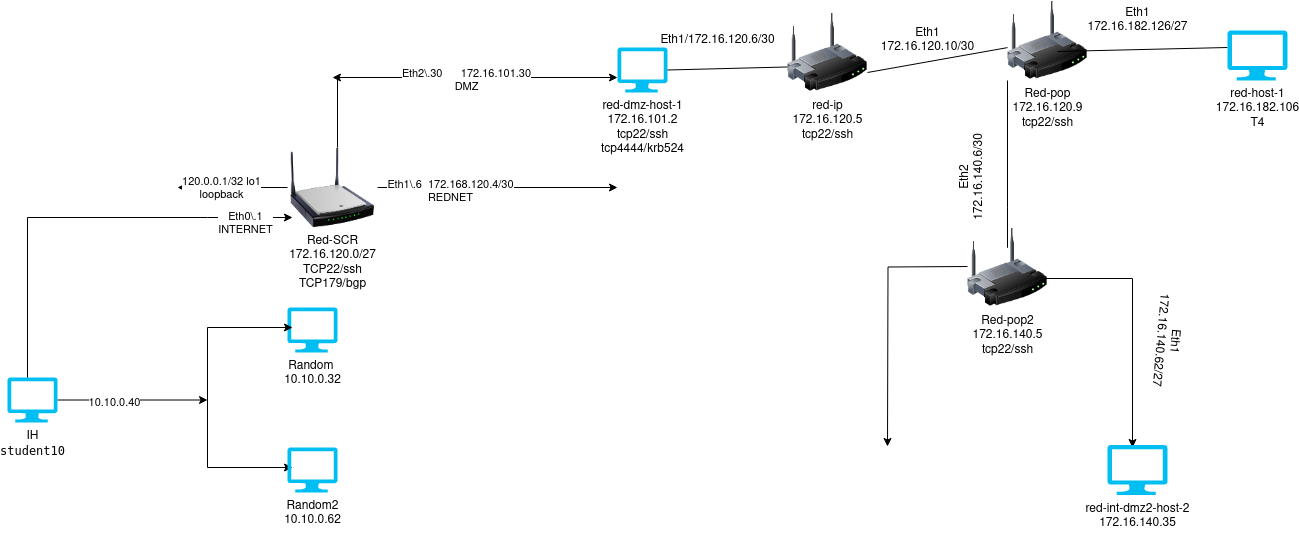
mesnath/Networking keeps this draw.io diagram as networkingctfs.drawio.png. Above is the earlier version. Source tidied: cells renumbered, new cells last; positions are measured from the earlier drawing's top-left corner, leaving out a move shared by most shapes.
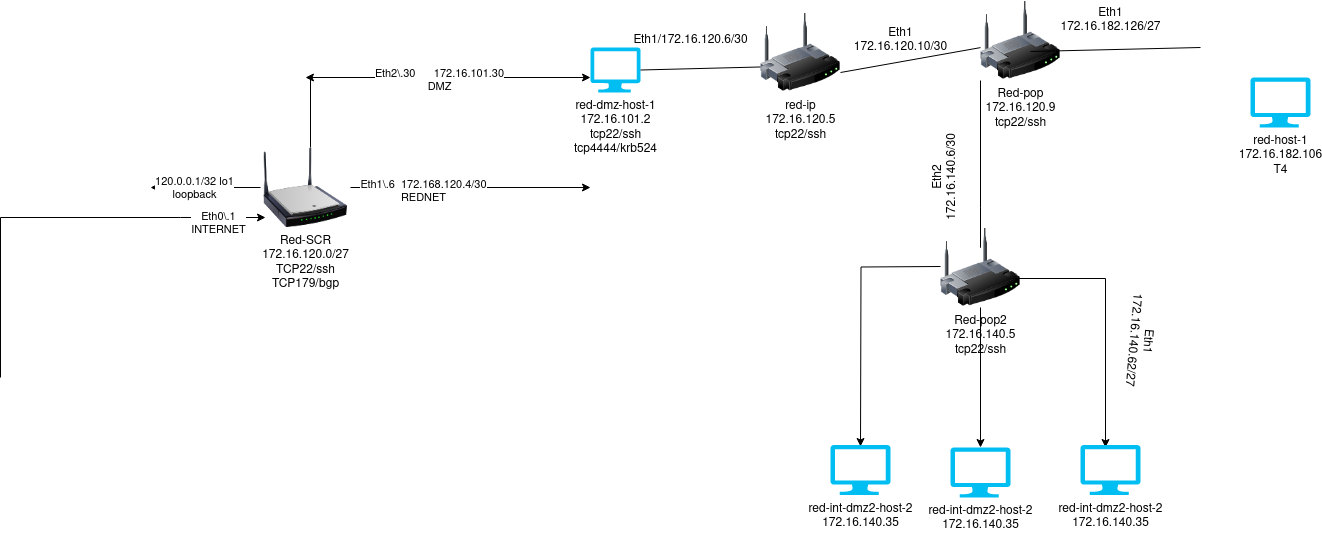
After the commit.

What changed in the source:
```diff
@@ -2,43 +2,6 @@
   <root>
     <mxCell id="0" />
     <mxCell id="1" parent="0" />
-    <mxCell id="2" style="edgeStyle=orthogonalEdgeStyle;rounded=0;jettySize=auto;html=1;" parent="1" edge="1" source="4">
-      <mxGeometry relative="1" as="geometry">
-        <mxPoint x="200" y="399.5" as="targetPoint" />
-      </mxGeometry>
-    </mxCell>
-    <mxCell id="3" value="10.10.0.40" style="edgeLabel;html=1;align=center;verticalAlign=middle;" parent="2" vertex="1">
-      <mxGeometry x="-0.25" y="-1" relative="1" as="geometry">
-        <mxPoint y="1" as="offset" />
-      </mxGeometry>
-    </mxCell>
-    <mxCell id="4" value="&lt;div&gt;IH&lt;/div&gt;&lt;div&gt;&lt;code&gt;student10 &lt;code&gt;&lt;br&gt;&lt;/code&gt;&lt;/code&gt;&lt;/div&gt;" style="verticalLabelPosition=bottom;html=1;verticalAlign=top;align=center;strokeColor=none;fillColor=#00BEF2;shape=mxgraph.azure.computer;" parent="1" vertex="1">
-      <mxGeometry y="377" width="50" height="45" as="geometry" />
-    </mxCell>
-    <mxCell id="5" value="&lt;div&gt;Random&amp;nbsp;&lt;/div&gt;&lt;div&gt;10.10.0.32&lt;/div&gt;" style="verticalLabelPosition=bottom;html=1;verticalAlign=top;align=center;strokeColor=none;fillColor=#00BEF2;shape=mxgraph.azure.computer;" parent="1" vertex="1">
-      <mxGeometry x="280" y="307" width="50" height="45" as="geometry" />
-    </mxCell>
-    <mxCell id="6" style="endArrow=none;html=1;rounded=0;" parent="1" edge="1">
-      <mxGeometry relative="1" as="geometry">
-        <mxPoint x="200" y="467" as="sourcePoint" />
-        <mxPoint x="200" y="327" as="targetPoint" />
-      </mxGeometry>
-    </mxCell>
-    <mxCell id="7" style="endArrow=classic;html=1;rounded=0;" parent="1" edge="1">
-      <mxGeometry relative="1" as="geometry">
-        <mxPoint x="200" y="467" as="sourcePoint" />
-        <mxPoint x="285" y="467" as="targetPoint" />
-      </mxGeometry>
-    </mxCell>
-    <mxCell id="8" style="endArrow=classic;html=1;rounded=0;" parent="1" edge="1">
-      <mxGeometry relative="1" as="geometry">
-        <mxPoint x="200" y="327" as="sourcePoint" />
-        <mxPoint x="285" y="327" as="targetPoint" />
-      </mxGeometry>
-    </mxCell>
-    <mxCell id="9" value="&lt;div&gt;Random2 &lt;br&gt;&lt;/div&gt;&lt;div&gt;10.10.0.62&lt;/div&gt;" style="verticalLabelPosition=bottom;html=1;verticalAlign=top;align=center;strokeColor=none;fillColor=#00BEF2;shape=mxgraph.azure.computer;" parent="1" vertex="1">
-      <mxGeometry x="280" y="447" width="50" height="45" as="geometry" />
-    </mxCell>
     <mxCell id="10" style="endArrow=classic;html=1;rounded=0;" parent="1" edge="1">
       <mxGeometry relative="1" as="geometry">
         <mxPoint x="200" y="217" as="sourcePoint" />
@@ -126,7 +89,7 @@
       </mxGeometry>
     </mxCell>
     <mxCell id="30" value="red-host-1&lt;br&gt;&lt;div&gt;172.16.182.106&lt;/div&gt;&lt;div&gt;T4&lt;br&gt;&lt;/div&gt;" style="verticalLabelPosition=bottom;html=1;verticalAlign=top;align=center;strokeColor=none;fillColor=#00BEF2;shape=mxgraph.azure.computer;" parent="1" vertex="1">
-      <mxGeometry x="1220" y="30" width="60" height="50" as="geometry" />
+      <mxGeometry x="1270" y="77" width="60" height="50" as="geometry" />
     </mxCell>
     <mxCell id="31" value="Eth1&lt;br&gt;172.16.182.126/27" style="text;html=1;align=center;verticalAlign=middle;strokeColor=none;fillColor=none;" parent="1" vertex="1">
       <mxGeometry x="1070" width="120" height="40" as="geometry" />
@@ -168,5 +131,14 @@
         <mxPoint x="880" y="446" as="targetPoint" />
       </mxGeometry>
     </mxCell>
+    <mxCell id="39" style="edgeStyle=orthogonalEdgeStyle;rounded=0;jettySize=auto;html=1;" parent="1" edge="1" source="35" target="41">
+      <mxGeometry relative="1" as="geometry" />
+    </mxCell>
+    <mxCell id="40" value="&lt;div&gt;red-int-dmz2-host-2&lt;/div&gt;&lt;div&gt;172.16.140.35&lt;/div&gt;&lt;div&gt;&lt;br&gt;&lt;/div&gt;" style="verticalLabelPosition=bottom;html=1;verticalAlign=top;align=center;strokeColor=none;fillColor=#00BEF2;shape=mxgraph.azure.computer;" parent="1" vertex="1">
+      <mxGeometry x="850" y="444.5" width="60" height="50" as="geometry" />
+    </mxCell>
+    <mxCell id="41" value="&lt;div&gt;red-int-dmz2-host-2&lt;/div&gt;&lt;div&gt;172.16.140.35&lt;/div&gt;&lt;div&gt;&lt;br&gt;&lt;/div&gt;" style="verticalLabelPosition=bottom;html=1;verticalAlign=top;align=center;strokeColor=none;fillColor=#00BEF2;shape=mxgraph.azure.computer;" parent="1" vertex="1">
+      <mxGeometry x="970" y="447" width="60" height="50" as="geometry" />
+    </mxCell>
   </root>
 </mxGraphModel>
```
